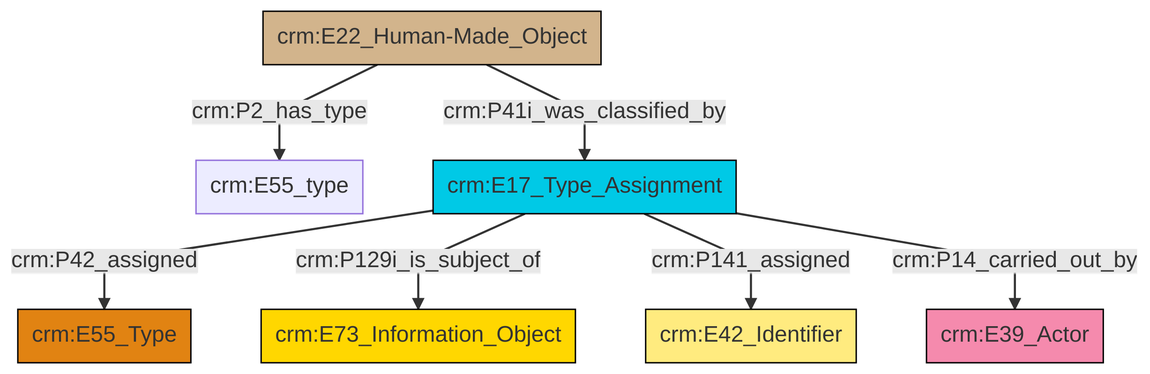
Earlier version of the Mermaid export et/builtWorkCSV/ttl/mmd/png/Built_Work_designation_status.png (swiss-art-research-net/reference-data-models). Its source is kept beside it as et/builtWorkCSV/ttl/mmd/Built_Work_designation_status.ttl.mmd.
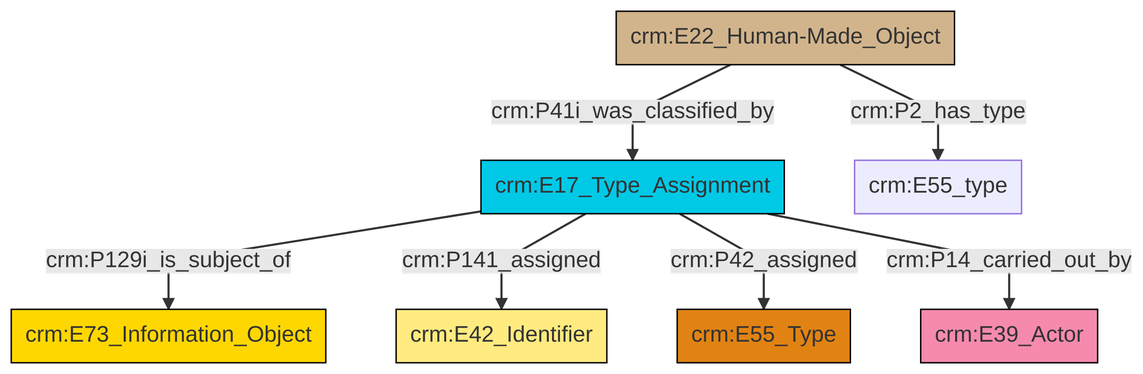
The same file after the commit.

Change to the diagram source:
```diff
@@ -13,9 +13,9 @@
 classDef PC_Classes fill:#4ce600, stroke:#000000;
 classDef Multi fill:#cccccc,stroke:#000000;
 
-0["crm:E22_Human-Made_Object"]:::Physical_Thing -->|crm:P2_has_type| 1["crm:E55_type"]:::Default
-0["crm:E22_Human-Made_Object"]:::Physical_Thing -->|crm:P41i_was_classified_by| 2["crm:E17_Type_Assignment"]:::Temporal_Entity
-2["crm:E17_Type_Assignment"]:::Temporal_Entity -->|crm:P42_assigned| 10["crm:E55_Type"]:::Type
 2["crm:E17_Type_Assignment"]:::Temporal_Entity -->|crm:P129i_is_subject_of| 4["crm:E73_Information_Object"]:::Conceptual_Object
-2["crm:E17_Type_Assignment"]:::Temporal_Entity -->|crm:P141_assigned| 11["crm:E42_Identifier"]:::Appellation
-2["crm:E17_Type_Assignment"]:::Temporal_Entity -->|crm:P14_carried_out_by| 6["crm:E39_Actor"]:::Actor
+5["crm:E22_Human-Made_Object"]:::Physical_Thing -->|crm:P41i_was_classified_by| 2["crm:E17_Type_Assignment"]:::Temporal_Entity
+2["crm:E17_Type_Assignment"]:::Temporal_Entity -->|crm:P141_assigned| 6["crm:E42_Identifier"]:::Appellation
+2["crm:E17_Type_Assignment"]:::Temporal_Entity -->|crm:P42_assigned| 0["crm:E55_Type"]:::Type
+2["crm:E17_Type_Assignment"]:::Temporal_Entity -->|crm:P14_carried_out_by| 10["crm:E39_Actor"]:::Actor
+5["crm:E22_Human-Made_Object"]:::Physical_Thing -->|crm:P2_has_type| 8["crm:E55_type"]:::Default
```
